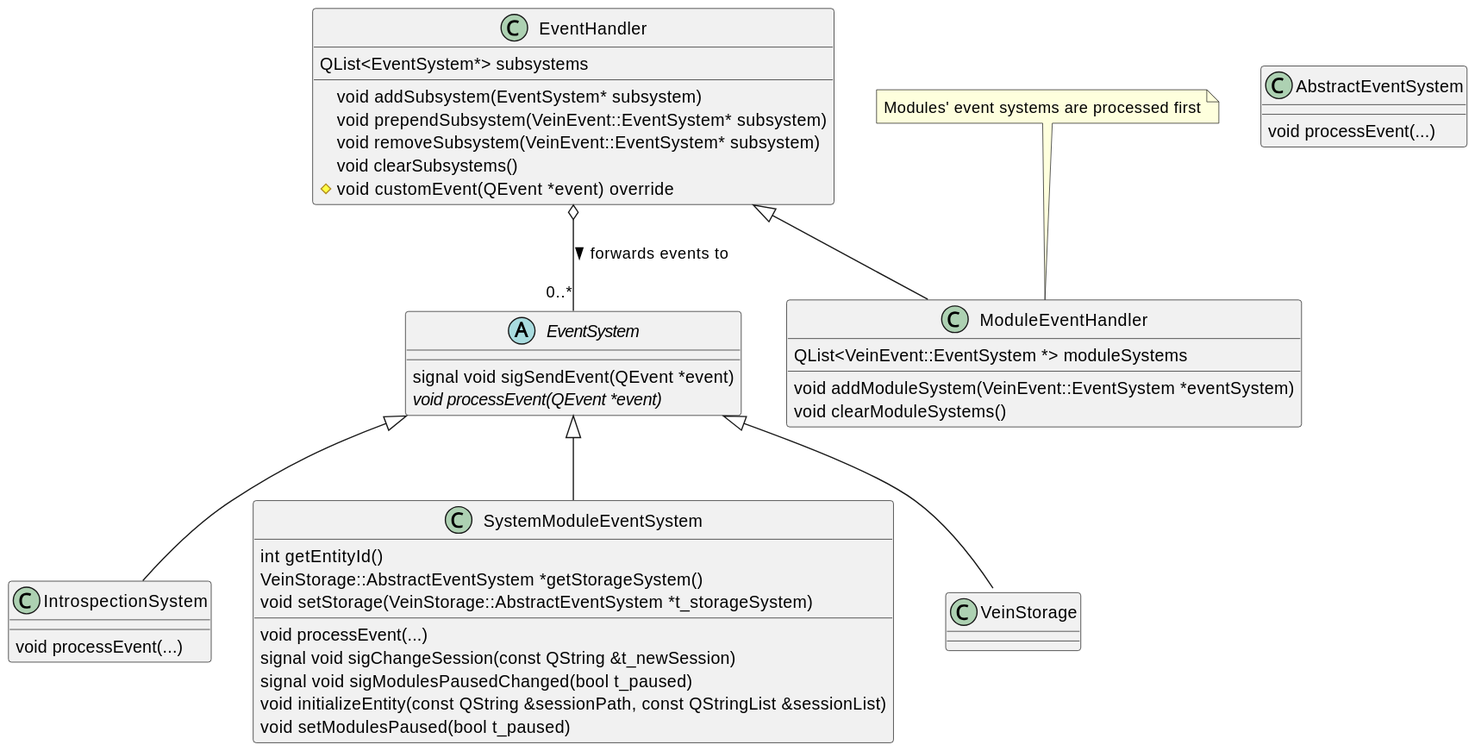
Before: framework/doc/class-diagram-event-systems.svg, a diagram exported from PlantUML (ZeraGmbH/vein-framework). The source it was exported from:
```plantuml
@startuml
class EventHandler {
    QList<EventSystem*> subsystems
    void addSubsystem(EventSystem* subsystem)
    void prependSubsystem(VeinEvent::EventSystem* subsystem)
    void removeSubsystem(VeinEvent::EventSystem* subsystem)
    void clearSubsystems()
    #void customEvent(QEvent *event) override
}

class ModuleEventHandler {
    QList<VeinEvent::EventSystem *> moduleSystems
    void addModuleSystem(VeinEvent::EventSystem *eventSystem)
    void clearModuleSystems()
}
note top
    Modules' event systems are processed first
end note

abstract class EventSystem {
    signal void sigSendEvent(QEvent *event)
    {abstract} void processEvent(QEvent *event)
}

class IntrospectionSystem {
    void processEvent(...)
}

class AbstractEventSystem {
    void processEvent(...)
}

class SystemModuleEventSystem {
    {field} int getEntityId()
    {field} VeinStorage::AbstractEventSystem *getStorageSystem()
    {field}void setStorage(VeinStorage::AbstractEventSystem *t_storageSystem)

    void processEvent(...)
    signal void sigChangeSession(const QString &t_newSession)
    signal void sigModulesPausedChanged(bool t_paused)
    void initializeEntity(const QString &sessionPath, const QStringList &sessionList)
    void setModulesPaused(bool t_paused)
}

EventHandler <|-- ModuleEventHandler
EventHandler o-- "0..*" EventSystem : forwards events to >


EventSystem <|-- IntrospectionSystem
EventSystem <|-- VeinStorage::AbstractEventSystem
EventSystem <|-- SystemModuleEventSystem
@enduml
```
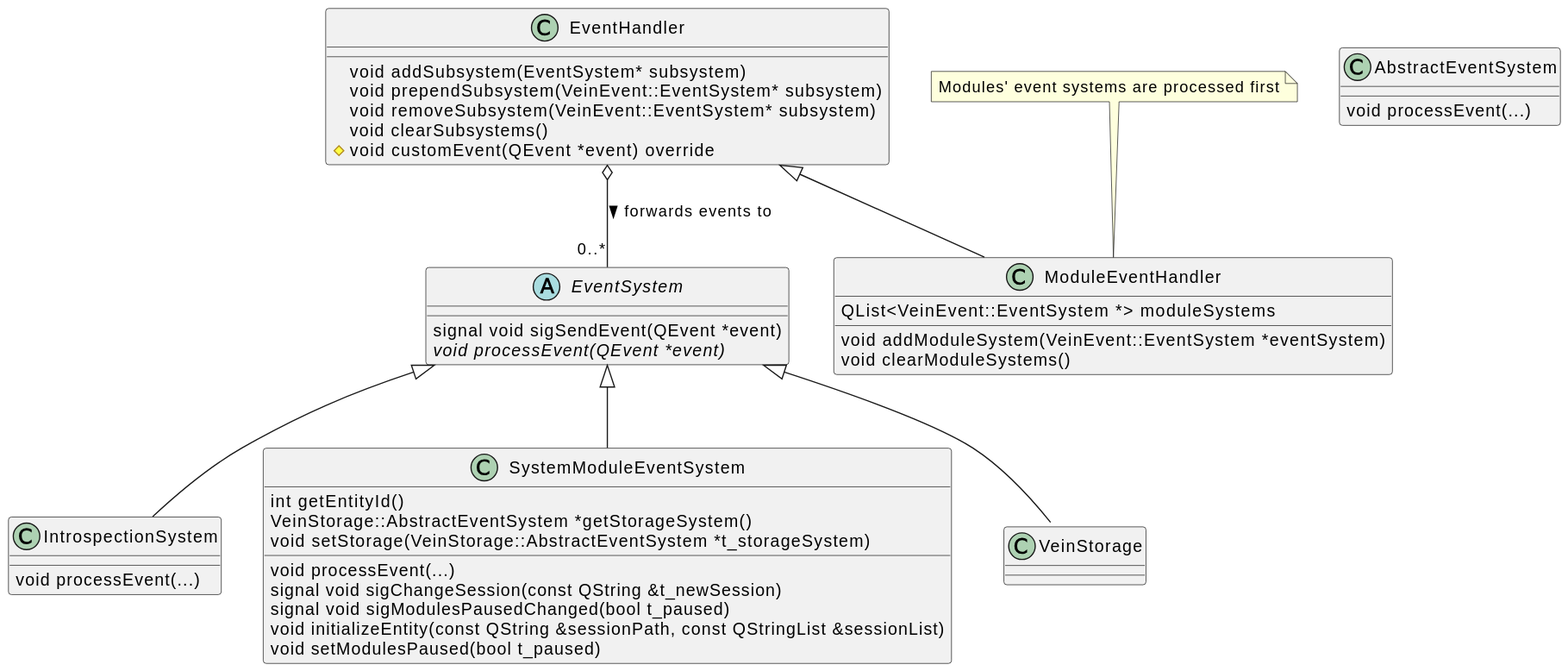
The same diagram one commit later.

What changed in the source:
```diff
@@ -1,6 +1,5 @@
 @startuml
 class EventHandler {
-    QList<EventSystem*> subsystems
     void addSubsystem(EventSystem* subsystem)
     void prependSubsystem(VeinEvent::EventSystem* subsystem)
     void removeSubsystem(VeinEvent::EventSystem* subsystem)
```
